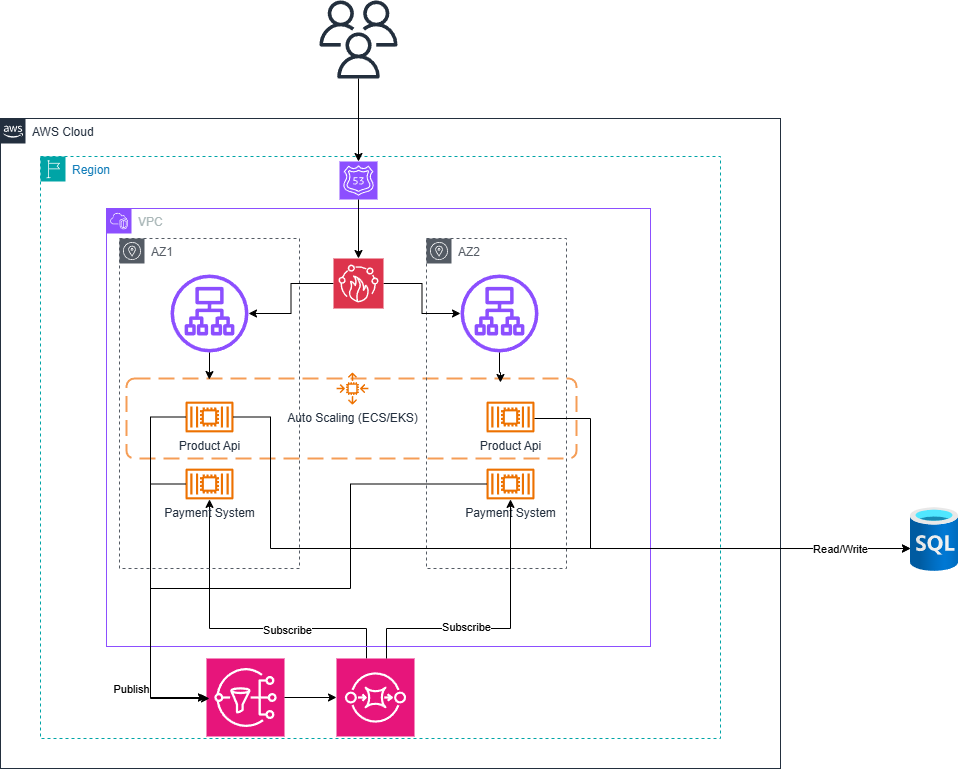
Earlier version of the draw.io export docs/system-diagram.png (BeardyC/Onyx.Products). Source tidied: cells renumbered, new cells last; positions are measured from the earlier drawing's top-left corner, leaving out a move shared by most shapes.
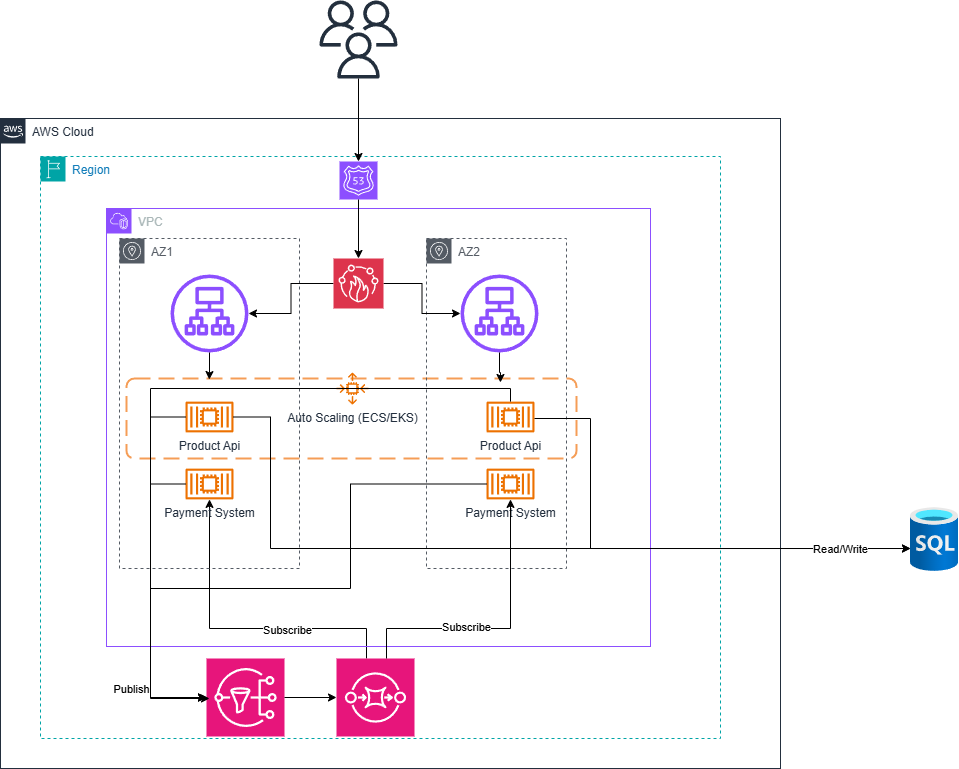
The same file after the commit.

Commit message:
Adjusting diagram (#11)

What changed in the source:
```diff
@@ -129,6 +129,15 @@
         </Array>
       </mxGeometry>
     </mxCell>
+    <mxCell id="40" style="edgeStyle=orthogonalEdgeStyle;rounded=0;jettySize=auto;html=1;entryX=0;entryY=0.5;entryDx=0;entryDy=0;entryPerimeter=0;" parent="2" edge="1" source="26" target="5">
+      <mxGeometry relative="1" as="geometry">
+        <Array as="points">
+          <mxPoint x="510" y="270" />
+          <mxPoint x="150" y="270" />
+          <mxPoint x="150" y="579" />
+        </Array>
+      </mxGeometry>
+    </mxCell>
     <mxCell id="34" style="sketch=0;outlineConnect=0;fontColor=#232F3E;gradientColor=none;fillColor=#232F3D;strokeColor=none;dashed=0;verticalLabelPosition=bottom;verticalAlign=top;align=center;html=1;fontSize=12;fontStyle=0;shape=mxgraph.aws4.users;" parent="1" vertex="1">
       <mxGeometry x="319" width="78" height="78" as="geometry" />
     </mxCell>
```
